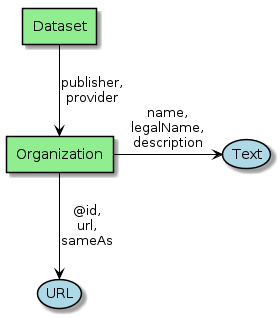
Before: series/diagrams/Organization.png, a diagram exported from PlantUML (eovoc/eo-on-schema.org). Source of this version:
```plantuml
@startuml

skinparam usecase {
BackgroundColor LightBlue
BorderColor Black
  ArrowColor Black
  linetype Ortho
}

skinparam agent {
BackgroundColor LightGreen
BorderColor Black
ArrowColor Black
linetype Ortho
}

agent Dataset
agent Organization



Dataset -down-> Organization : "publisher,\nprovider"
Organization -right-> (Text) : "name,\nlegalName,\ndescription"

Organization -down-> (URL) : "@id,\nurl,\nsameAs"
@enduml
```
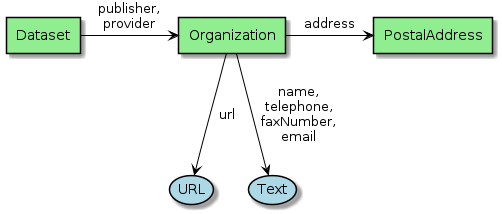
Above is the later version.

Change to the diagram source:
```diff
@@ -16,11 +16,14 @@
 
 agent Dataset
 agent Organization
+agent PostalAddress
 
 
 
-Dataset -down-> Organization : "publisher,\nprovider"
-Organization -right-> (Text) : "name,\nlegalName,\ndescription"
+Dataset -right-> Organization : "publisher,\nprovider"
 
-Organization -down-> (URL) : "@id,\nurl,\nsameAs"
+Organization -right-> PostalAddress : "address"
+
+Organization -down-> (URL) : "url"
+Organization -down-> (Text) : "name,\ntelephone,\nfaxNumber,\nemail"
 @enduml
```
